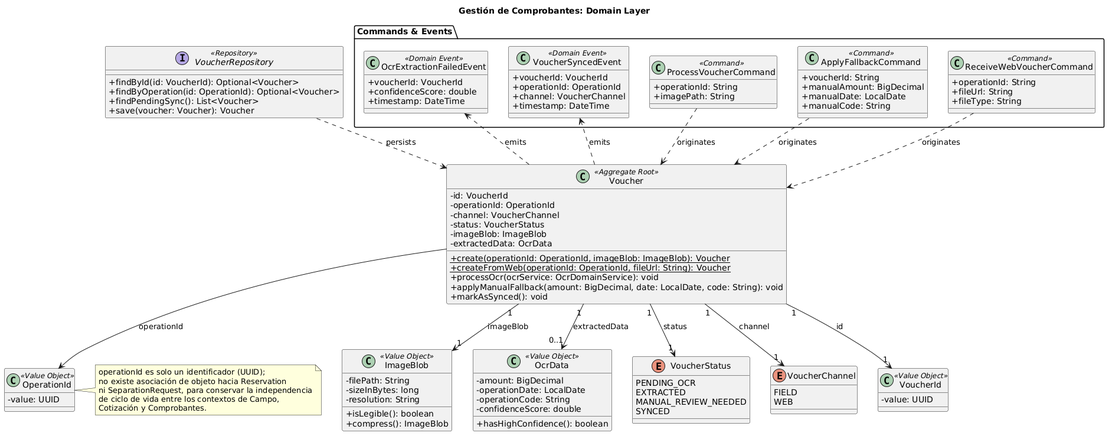
Earlier version of the PlantUML export assets/cap2/BC-Gestion-de-Comprobantes-Class-Diagram.png (1ACC0238-2620-13981-NovaCorp-InmoNode/InmoNode-Project-Report).
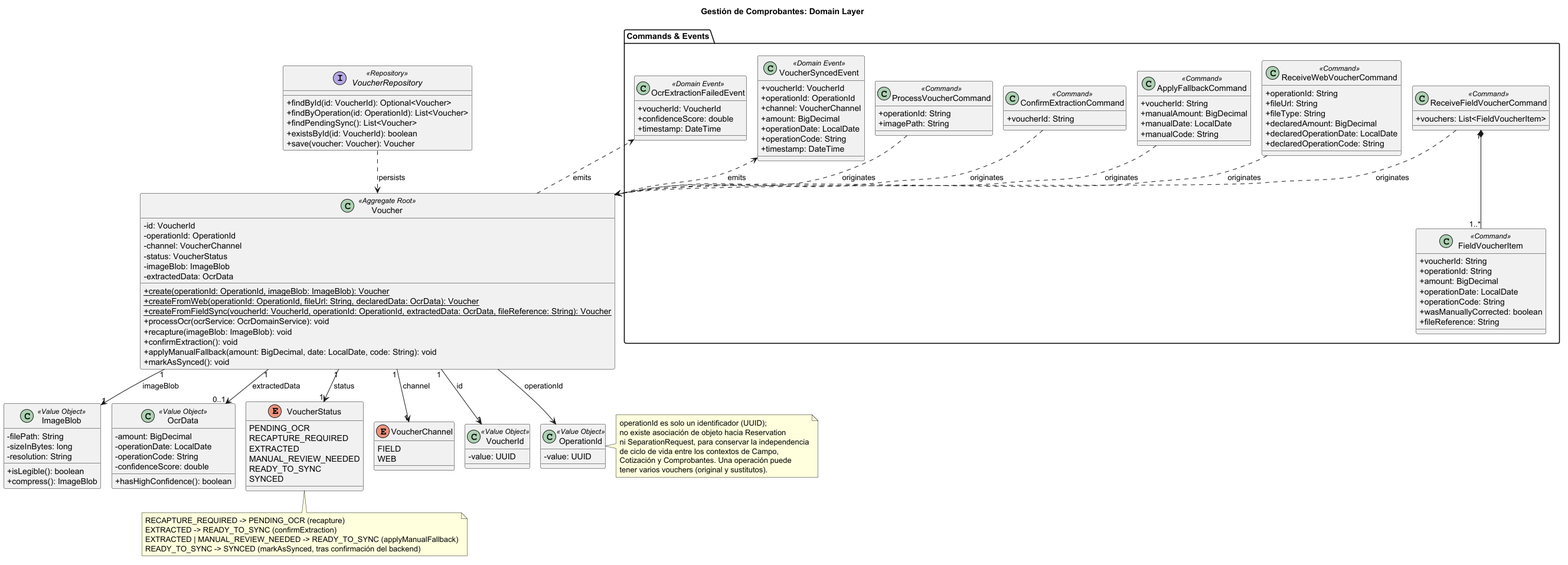
Above is the later version.

Commit message:
fix(chapter-02): sync PlantUML diagrams with voucher, buyer identity and financing terms changes

Change to the diagram source:
```diff
@@ -1,12 +1,14 @@
 @startuml
+!pragma layout smetana
 title Gestión de Comprobantes: Domain Layer
 
 skinparam classAttributeIconSize 0
 
 interface "VoucherRepository" as VoucherRepository <<Repository>> {
   +findById(id: VoucherId): Optional<Voucher>
-  +findByOperation(id: OperationId): Optional<Voucher>
+  +findByOperation(id: OperationId): List<Voucher>
   +findPendingSync(): List<Voucher>
+  +existsById(id: VoucherId): boolean
   +save(voucher: Voucher): Voucher
 }
 
@@ -14,6 +16,10 @@
   class ProcessVoucherCommand <<Command>> {
     +operationId: String
     +imagePath: String
+  }
+
+  class ConfirmExtractionCommand <<Command>> {
+    +voucherId: String
   }
 
   class ApplyFallbackCommand <<Command>> {
@@ -27,6 +33,23 @@
     +operationId: String
     +fileUrl: String
     +fileType: String
+    +declaredAmount: BigDecimal
+    +declaredOperationDate: LocalDate
+    +declaredOperationCode: String
+  }
+
+  class ReceiveFieldVoucherCommand <<Command>> {
+    +vouchers: List<FieldVoucherItem>
+  }
+
+  class FieldVoucherItem <<Command>> {
+    +voucherId: String
+    +operationId: String
+    +amount: BigDecimal
+    +operationDate: LocalDate
+    +operationCode: String
+    +wasManuallyCorrected: boolean
+    +fileReference: String
   }
 
   class OcrExtractionFailedEvent <<Domain Event>> {
@@ -39,6 +62,9 @@
     +voucherId: VoucherId
     +operationId: OperationId
     +channel: VoucherChannel
+    +amount: BigDecimal
+    +operationDate: LocalDate
+    +operationCode: String
     +timestamp: DateTime
   }
 }
@@ -51,8 +77,11 @@
   -imageBlob: ImageBlob
   -extractedData: OcrData
   +{static} create(operationId: OperationId, imageBlob: ImageBlob): Voucher
-  +{static} createFromWeb(operationId: OperationId, fileUrl: String): Voucher
+  +{static} createFromWeb(operationId: OperationId, fileUrl: String, declaredData: OcrData): Voucher
+  +{static} createFromFieldSync(voucherId: VoucherId, operationId: OperationId, extractedData: OcrData, fileReference: String): Voucher
   +processOcr(ocrService: OcrDomainService): void
+  +recapture(imageBlob: ImageBlob): void
+  +confirmExtraction(): void
   +applyManualFallback(amount: BigDecimal, date: LocalDate, code: String): void
   +markAsSynced(): void
 }
@@ -75,8 +104,10 @@
 
 enum VoucherStatus {
   PENDING_OCR
+  RECAPTURE_REQUIRED
   EXTRACTED
   MANUAL_REVIEW_NEEDED
+  READY_TO_SYNC
   SYNCED
 }
 
@@ -95,8 +126,11 @@
 
 VoucherRepository ..> Voucher : persists
 ProcessVoucherCommand ..> Voucher : originates
+ConfirmExtractionCommand ..> Voucher : originates
 ApplyFallbackCommand ..> Voucher : originates
 ReceiveWebVoucherCommand ..> Voucher : originates
+ReceiveFieldVoucherCommand ..> Voucher : originates
+ReceiveFieldVoucherCommand "1" *-- "1..*" FieldVoucherItem
 Voucher ..> OcrExtractionFailedEvent : emits
 Voucher ..> VoucherSyncedEvent : emits
 
@@ -112,7 +146,15 @@
   no existe asociación de objeto hacia Reservation
   ni SeparationRequest, para conservar la independencia
   de ciclo de vida entre los contextos de Campo,
-  Cotización y Comprobantes.
+  Cotización y Comprobantes. Una operación puede
+  tener varios vouchers (original y sustitutos).
+end note
+
+note bottom of VoucherStatus
+  RECAPTURE_REQUIRED -> PENDING_OCR (recapture)
+  EXTRACTED -> READY_TO_SYNC (confirmExtraction)
+  EXTRACTED | MANUAL_REVIEW_NEEDED -> READY_TO_SYNC (applyManualFallback)
+  READY_TO_SYNC -> SYNCED (markAsSynced, tras confirmación del backend)
 end note
 
 @enduml
```
